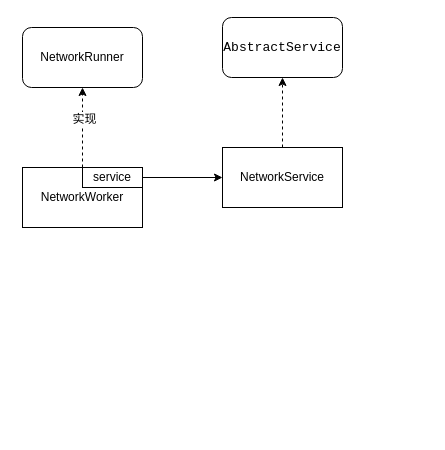
This is page "Page-2" (2 of 3) of Substrate代码研究/network.drawio from plotozhu/PynxDoc, a draw.io file, before an edit. Source tidied: cells renumbered, new cells numbered last; positions are measured from the earlier drawing's top-left corner, leaving out a move shared by most shapes. Both pictures are drawn from the tidied source at 100%, with x=0, y=0 at pixel (22, 17).
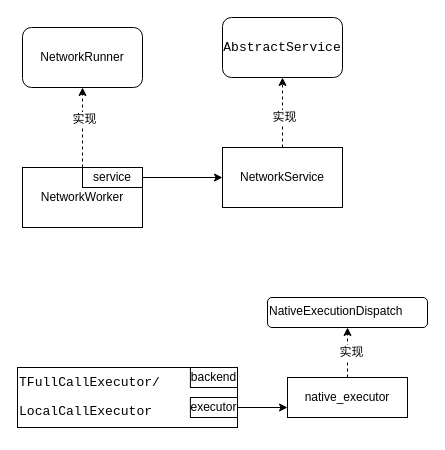
The same page after the edit.

The change refers to these unchanged cells:
```xml
<mxCell id="6" style="edgeStyle=none;rounded=0;jettySize=auto;html=1;exitX=0.5;exitY=0;exitDx=0;exitDy=0;dashed=1;" parent="1" edge="1" source="7" target="10">
  <mxGeometry relative="1" as="geometry" />
</mxCell>
```

Change to the diagram source:
```diff
@@
+    <mxCell id="11" value="实现" style="text;html=1;align=center;verticalAlign=middle;labelBackgroundColor=#ffffff;" parent="6" vertex="1">
+      <mxGeometry x="-0.11" y="-1" relative="1" as="geometry" />
+    </mxCell>
@@
+    <mxCell id="12" value="NativeExecutionDispatch" style="text;html=1;rounded=1;strokeColor=#000000;" parent="1" vertex="1">
+      <mxGeometry x="245" y="280" width="160" height="30" as="geometry" />
+    </mxCell>
+    <mxCell id="13" style="edgeStyle=none;rounded=0;jettySize=auto;html=1;exitX=0.5;exitY=0;exitDx=0;exitDy=0;dashed=1;" parent="1" edge="1" source="15" target="12">
+      <mxGeometry relative="1" as="geometry" />
+    </mxCell>
+    <mxCell id="14" value="实现" style="text;html=1;align=center;verticalAlign=middle;labelBackgroundColor=#ffffff;" parent="13" vertex="1">
+      <mxGeometry x="0.04" y="-3" relative="1" as="geometry" />
+    </mxCell>
+    <mxCell id="15" value="native_executor" style="rounded=0;whiteSpace=wrap;html=1;strokeColor=#000000;" parent="1" vertex="1">
+      <mxGeometry x="265" y="360" width="120" height="40" as="geometry" />
+    </mxCell>
+    <mxCell id="16" style="group;align=left;" parent="1" vertex="1">
+      <mxGeometry x="-5" y="350" width="220" height="60" as="geometry" />
+    </mxCell>
+    <mxCell id="17" value="&lt;pre style=&quot;background-color: rgb(255 , 255 , 255) ; font-family: &amp;#34;jetbrains mono&amp;#34; , monospace ; font-size: 9.8pt&quot;&gt;TFullCallExecutor/&lt;/pre&gt;&lt;pre style=&quot;background-color: rgb(255 , 255 , 255) ; font-family: &amp;#34;jetbrains mono&amp;#34; , monospace ; font-size: 9.8pt&quot;&gt;LocalCallExecutor&lt;/pre&gt;" style="rounded=0;whiteSpace=wrap;html=1;strokeColor=#000000;align=left;" parent="16" vertex="1">
+      <mxGeometry width="220" height="60" as="geometry" />
+    </mxCell>
+    <mxCell id="18" value="executor" style="rounded=0;whiteSpace=wrap;html=1;" parent="16" vertex="1">
+      <mxGeometry x="172.9" y="30" width="47.1" height="20" as="geometry" />
+    </mxCell>
+    <mxCell id="19" value="backend" style="rounded=0;whiteSpace=wrap;html=1;" parent="16" vertex="1">
+      <mxGeometry x="172.9" width="47.1" height="20" as="geometry" />
+    </mxCell>
+    <mxCell id="20" style="edgeStyle=none;rounded=0;jettySize=auto;html=1;exitX=1;exitY=0.5;exitDx=0;exitDy=0;entryX=0;entryY=0.75;entryDx=0;entryDy=0;" parent="1" edge="1" source="18" target="15">
+      <mxGeometry relative="1" as="geometry" />
+    </mxCell>
```
